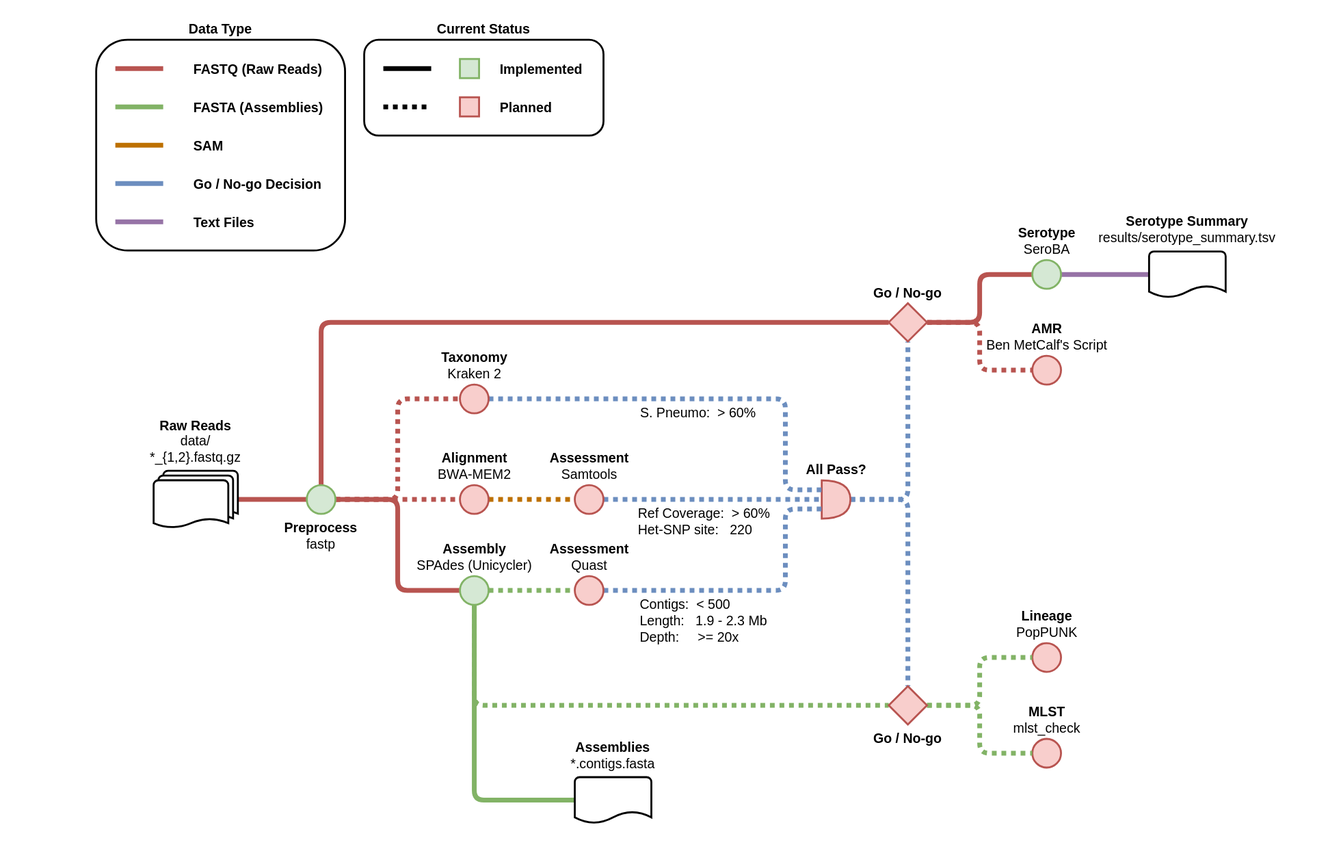
sanger-bentley-group/gps-pipeline keeps this draw.io diagram as doc/workflow.drawio.svg. Above is the earlier version. Source tidied: cells renumbered, new cells last; positions are measured from the earlier drawing's top-left corner, leaving out a move shared by most shapes.
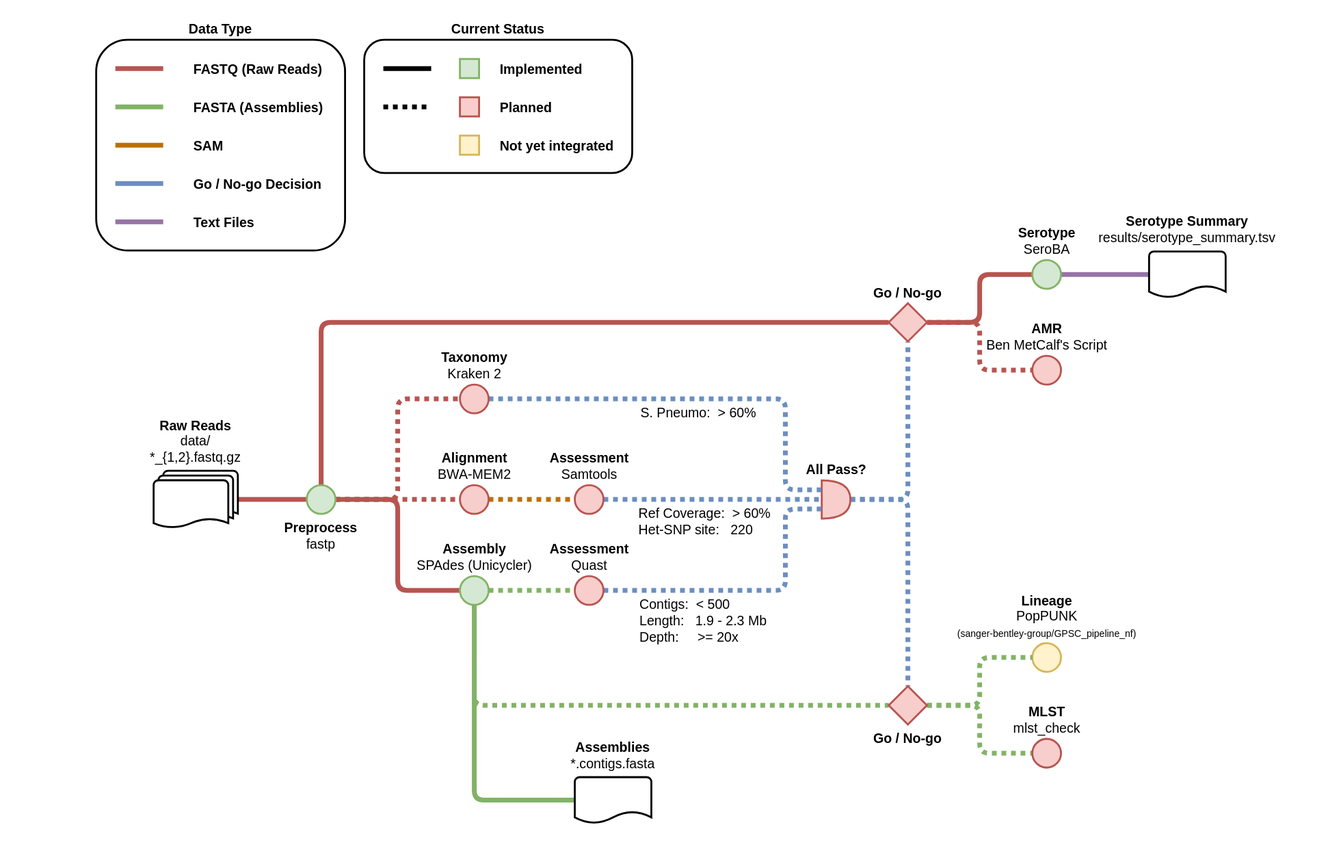
After the commit.

Commit message:
Update status on Lineage module

Diff of the diagram source:
```diff
@@ -2,11 +2,11 @@
   <root>
     <mxCell id="0" />
     <mxCell id="1" parent="0" />
-    <mxCell id="2" style="rounded=0;whiteSpace=wrap;html=1;strokeColor=none;fillColor=default;" parent="1" vertex="1">
+    <mxCell id="2" style="rounded=0;whiteSpace=wrap;html=1;strokeColor=none;fillColor=default;gradientColor=none;" parent="1" vertex="1">
       <mxGeometry width="1400" height="899" as="geometry" />
     </mxCell>
     <mxCell id="3" value="&lt;b style=&quot;font-size: 14px;&quot;&gt;Current Status&lt;/b&gt;" style="rounded=1;whiteSpace=wrap;html=1;strokeWidth=2;fillColor=none;labelPosition=center;verticalLabelPosition=top;align=center;verticalAlign=bottom;fontSize=14;" parent="1" vertex="1">
-      <mxGeometry x="380" y="41" width="250" height="100" as="geometry" />
+      <mxGeometry x="380" y="41" width="280" height="139" as="geometry" />
     </mxCell>
     <mxCell id="4" value="Data Type" style="rounded=1;whiteSpace=wrap;html=1;strokeWidth=2;fillColor=none;fontStyle=1;labelPosition=center;verticalLabelPosition=top;align=center;verticalAlign=bottom;spacing=2;fontSize=14;" parent="1" vertex="1">
       <mxGeometry x="100" y="41" width="260" height="220" as="geometry" />
@@ -144,7 +144,7 @@
         <mxPoint x="45" as="offset" />
       </mxGeometry>
     </mxCell>
-    <mxCell id="36" value="&lt;b style=&quot;font-size: 14px;&quot;&gt;Lineage&lt;/b&gt;&lt;br style=&quot;font-size: 14px;&quot;&gt;PopPUNK" style="ellipse;html=1;strokeWidth=2;labelPosition=center;verticalLabelPosition=top;align=center;verticalAlign=bottom;fillColor=#f8cecc;strokeColor=#b85450;rounded=1;fontSize=14;" parent="1" vertex="1">
+    <mxCell id="36" value="&lt;b style=&quot;font-size: 14px&quot;&gt;Lineage&lt;/b&gt;&lt;br style=&quot;font-size: 14px&quot;&gt;PopPUNK&lt;br&gt;&lt;font style=&quot;font-size: 10px&quot;&gt;(sanger-bentley-group/GPSC_pipeline_nf)&lt;/font&gt;" style="ellipse;html=1;strokeWidth=2;labelPosition=center;verticalLabelPosition=top;align=center;verticalAlign=bottom;fillColor=#fff2cc;strokeColor=#d6b656;rounded=1;fontSize=14;" parent="1" vertex="1">
       <mxGeometry x="1078" y="671" width="30" height="30" as="geometry" />
     </mxCell>
     <mxCell id="37" style="edgeStyle=orthogonalEdgeStyle;rounded=1;jettySize=auto;html=1;entryX=0;entryY=0.5;entryDx=0;entryDy=0;strokeWidth=5;endArrow=none;endFill=0;fillColor=#f8cecc;strokeColor=#b85450;entryPerimeter=0;" parent="1" edge="1" source="38" target="41">
@@ -172,9 +172,6 @@
     <mxCell id="43" value="&lt;b style=&quot;font-size: 14px;&quot;&gt;Serotype&lt;/b&gt;&lt;br style=&quot;font-size: 14px;&quot;&gt;SeroBA" style="ellipse;html=1;strokeWidth=2;labelPosition=center;verticalLabelPosition=top;align=center;verticalAlign=bottom;fillColor=#d5e8d4;strokeColor=#82b366;rounded=1;fontSize=14;" parent="1" vertex="1">
       <mxGeometry x="1078" y="271" width="30" height="30" as="geometry" />
     </mxCell>
-    <mxCell id="44" value="&lt;b style=&quot;font-size: 14px&quot;&gt;MLST&lt;/b&gt;&lt;br style=&quot;font-size: 14px&quot;&gt;mlst_check" style="ellipse;html=1;strokeWidth=2;labelPosition=center;verticalLabelPosition=top;align=center;verticalAlign=bottom;fillColor=#f8cecc;strokeColor=#b85450;rounded=1;fontSize=14;" parent="1" vertex="1">
-      <mxGeometry x="1078" y="771" width="30" height="30" as="geometry" />
-    </mxCell>
     <mxCell id="45" style="edgeStyle=orthogonalEdgeStyle;rounded=1;jettySize=auto;html=1;entryX=0;entryY=0.5;entryDx=0;entryDy=0;dashed=1;dashPattern=1 1;strokeWidth=5;endArrow=none;endFill=0;fillColor=#d5e8d4;strokeColor=#82b366;" parent="1" edge="1" source="47" target="36">
       <mxGeometry relative="1" as="geometry" />
     </mxCell>
@@ -232,5 +229,14 @@
     <mxCell id="58" value="&lt;b style=&quot;font-size: 14px;&quot;&gt;Assemblies&lt;/b&gt;&lt;br style=&quot;font-size: 14px;&quot;&gt;*.contigs.fasta" style="strokeWidth=2;html=1;shape=mxgraph.flowchart.document2;whiteSpace=wrap;size=0.25;labelPosition=center;verticalLabelPosition=top;align=center;verticalAlign=bottom;rounded=1;spacing=5;fontSize=14;" parent="1" vertex="1">
       <mxGeometry x="600" y="811" width="80" height="48" as="geometry" />
     </mxCell>
+    <mxCell id="59" value="Not yet integrated" style="edgeLabel;html=1;align=left;verticalAlign=middle;fontStyle=1;labelBackgroundColor=none;rounded=1;fontSize=14;" parent="1" vertex="1">
+      <mxGeometry x="520" y="151" as="geometry" />
+    </mxCell>
+    <mxCell id="60" style="whiteSpace=wrap;html=1;fillColor=#fff2cc;strokeColor=#d6b656;strokeWidth=2;" parent="1" vertex="1">
+      <mxGeometry x="480" y="141" width="20" height="20" as="geometry" />
+    </mxCell>
+    <mxCell id="44" value="&lt;b style=&quot;font-size: 14px&quot;&gt;MLST&lt;/b&gt;&lt;br style=&quot;font-size: 14px&quot;&gt;mlst_check" style="ellipse;html=1;strokeWidth=2;labelPosition=center;verticalLabelPosition=top;align=center;verticalAlign=bottom;fillColor=#f8cecc;strokeColor=#b85450;rounded=1;fontSize=14;" parent="1" vertex="1">
+      <mxGeometry x="1078" y="771" width="30" height="30" as="geometry" />
+    </mxCell>
   </root>
 </mxGraphModel>
```
